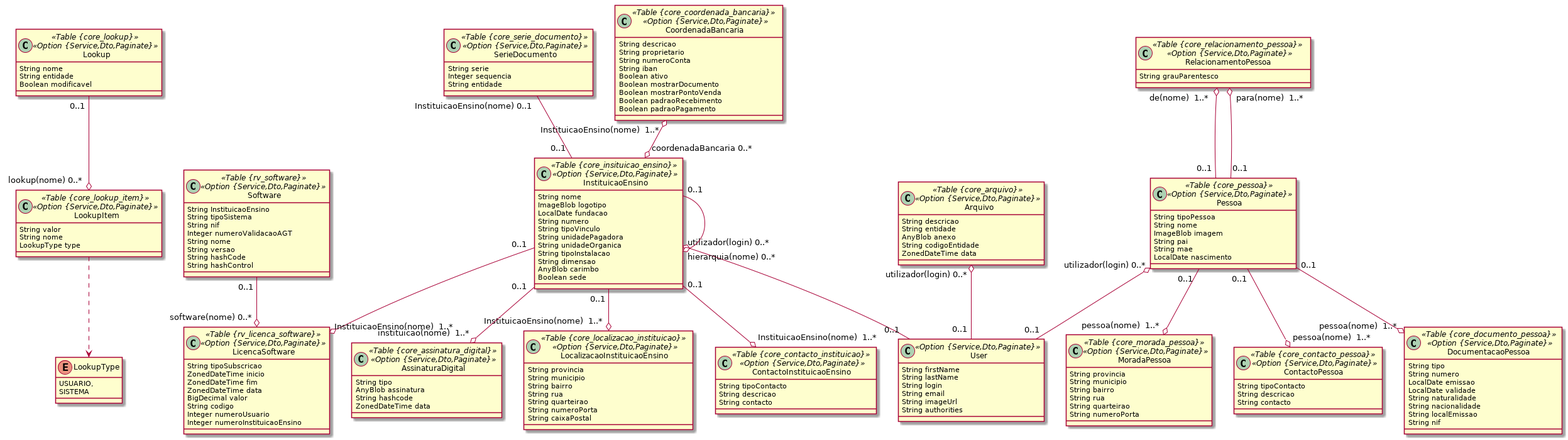
Before: domain-ensino/1core.png, a diagram exported from PlantUML (ravunana/manda-ensino).
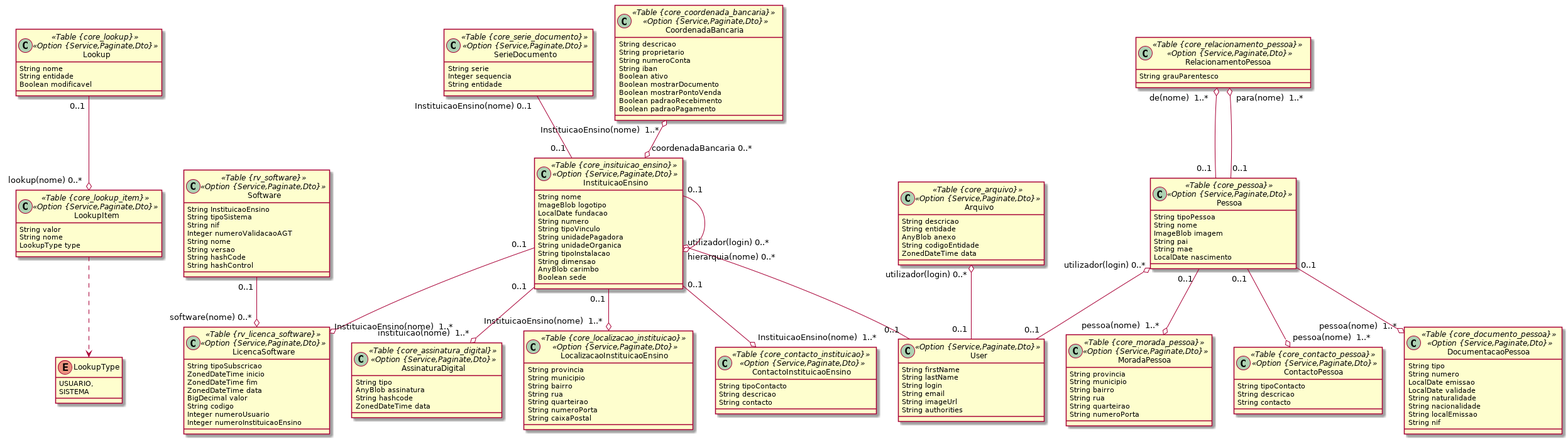
After the change.

What changed in the source:
```diff
@@ -4,12 +4,12 @@
 		USUARIO,
 		SISTEMA
 	}
-	class SerieDocumento <<Table {core_serie_documento}>><<Option {Service,Dto,Paginate}>> {
+	class SerieDocumento <<Table {core_serie_documento}>><<Option {Service,Paginate,Dto}>> {
 		String serie
 		Integer sequencia
 		String entidade
 	}
-	class Software <<Table {rv_software}>><<Option {Service,Dto,Paginate}>> {
+	class Software <<Table {rv_software}>><<Option {Service,Paginate,Dto}>> {
 		String InstituicaoEnsino
 		String tipoSistema
 		String nif
@@ -19,7 +19,7 @@
 		String hashCode
 		String hashControl
 	}
-	class LicencaSoftware <<Table {rv_licenca_software}>><<Option {Service,Dto,Paginate}>> {
+	class LicencaSoftware <<Table {rv_licenca_software}>><<Option {Service,Paginate,Dto}>> {
 		String tipoSubscricao
 		ZonedDateTime inicio
 		ZonedDateTime fim
@@ -29,18 +29,18 @@
 		Integer numeroUsuario
 		Integer numeroInstituicaoEnsino
 	}
-	class Lookup <<Table {core_lookup}>><<Option {Service,Dto,Paginate}>> {
+	class Lookup <<Table {core_lookup}>><<Option {Service,Paginate,Dto}>> {
 		String nome
 		String entidade
 		Boolean modificavel
 	}
-	class LookupItem <<Table {core_lookup_item}>><<Option {Service,Dto,Paginate}>> {
+	class LookupItem <<Table {core_lookup_item}>><<Option {Service,Paginate,Dto}>> {
 		String valor
 		String nome
 		LookupType type
 	}
 	LookupItem ..> LookupType
-	class MoradaPessoa <<Table {core_morada_pessoa}>><<Option {Service,Dto,Paginate}>> {
+	class MoradaPessoa <<Table {core_morada_pessoa}>><<Option {Service,Paginate,Dto}>> {
 		String provincia
 		String municipio
 		String bairro
@@ -48,12 +48,12 @@
 		String quarteirao
 		String numeroPorta
 	}
-	class ContactoPessoa <<Table {core_contacto_pessoa}>><<Option {Service,Dto,Paginate}>> {
+	class ContactoPessoa <<Table {core_contacto_pessoa}>><<Option {Service,Paginate,Dto}>> {
 		String tipoContacto
 		String descricao
 		String contacto
 	}
-	class Pessoa <<Table {core_pessoa}>><<Option {Service,Dto,Paginate}>> {
+	class Pessoa <<Table {core_pessoa}>><<Option {Service,Paginate,Dto}>> {
 		String tipoPessoa
 		String nome
 		ImageBlob imagem
@@ -61,7 +61,7 @@
 		String mae
 		LocalDate nascimento
 	}
-	class DocumentacaoPessoa <<Table {core_documento_pessoa}>><<Option {Service,Dto,Paginate}>> {
+	class DocumentacaoPessoa <<Table {core_documento_pessoa}>><<Option {Service,Paginate,Dto}>> {
 		String tipo
 		String numero
 		LocalDate emissao
@@ -71,10 +71,10 @@
 		String localEmissao
 		String nif
 	}
-	class RelacionamentoPessoa <<Table {core_relacionamento_pessoa}>><<Option {Service,Dto,Paginate}>> {
+	class RelacionamentoPessoa <<Table {core_relacionamento_pessoa}>><<Option {Service,Paginate,Dto}>> {
 		String grauParentesco
 	}
-	class InstituicaoEnsino <<Table {core_insituicao_ensino}>><<Option {Service,Dto,Paginate}>> {
+	class InstituicaoEnsino <<Table {core_insituicao_ensino}>><<Option {Service,Paginate,Dto}>> {
 		String nome
 		ImageBlob logotipo
 		LocalDate fundacao
@@ -87,13 +87,13 @@
 		AnyBlob carimbo
 		Boolean sede
 	}
-	class AssinaturaDigital <<Table {core_assinatura_digital}>><<Option {Service,Dto,Paginate}>> {
+	class AssinaturaDigital <<Table {core_assinatura_digital}>><<Option {Service,Paginate,Dto}>> {
 		String tipo
 		AnyBlob assinatura
 		String hashcode
 		ZonedDateTime data
 	}
-	class LocalizacaoInstituicaoEnsino <<Table {core_localizacao_instituicao}>><<Option {Service,Dto,Paginate}>> {
+	class LocalizacaoInstituicaoEnsino <<Table {core_localizacao_instituicao}>><<Option {Service,Paginate,Dto}>> {
 		String provincia
 		String municipio
 		String bairro
@@ -102,12 +102,12 @@
 		String numeroPorta
 		String caixaPostal
 	}
-	class ContactoInstituicaoEnsino <<Table {core_contacto_instituicao}>><<Option {Service,Dto,Paginate}>> {
+	class ContactoInstituicaoEnsino <<Table {core_contacto_instituicao}>><<Option {Service,Paginate,Dto}>> {
 		String tipoContacto
 		String descricao
 		String contacto
 	}
-	class CoordenadaBancaria <<Table {core_coordenada_bancaria}>><<Option {Service,Dto,Paginate}>> {
+	class CoordenadaBancaria <<Table {core_coordenada_bancaria}>><<Option {Service,Paginate,Dto}>> {
 		String descricao
 		String proprietario
 		String numeroConta
@@ -118,7 +118,7 @@
 		Boolean padraoRecebimento
 		Boolean padraoPagamento
 	}
-	class Arquivo <<Table {core_arquivo}>><<Option {Service,Dto,Paginate}>> {
+	class Arquivo <<Table {core_arquivo}>><<Option {Service,Paginate,Dto}>> {
 		String descricao
 		String entidade
 		AnyBlob anexo
@@ -142,7 +142,7 @@
 	InstituicaoEnsino  "0..1 " --o "instituicao(nome)  1..* "  AssinaturaDigital
 	CoordenadaBancaria  "InstituicaoEnsino(nome)  1..* " o--o "coordenadaBancaria 0..* "  InstituicaoEnsino
 	SerieDocumento  "InstituicaoEnsino(nome) 0..1 " -- "0..1 "  InstituicaoEnsino
-	class User <<Option {Service,Dto,Paginate}>> {
+	class User <<Option {Service,Paginate,Dto}>> {
 		String firstName
 		String lastName
 		String login
```
